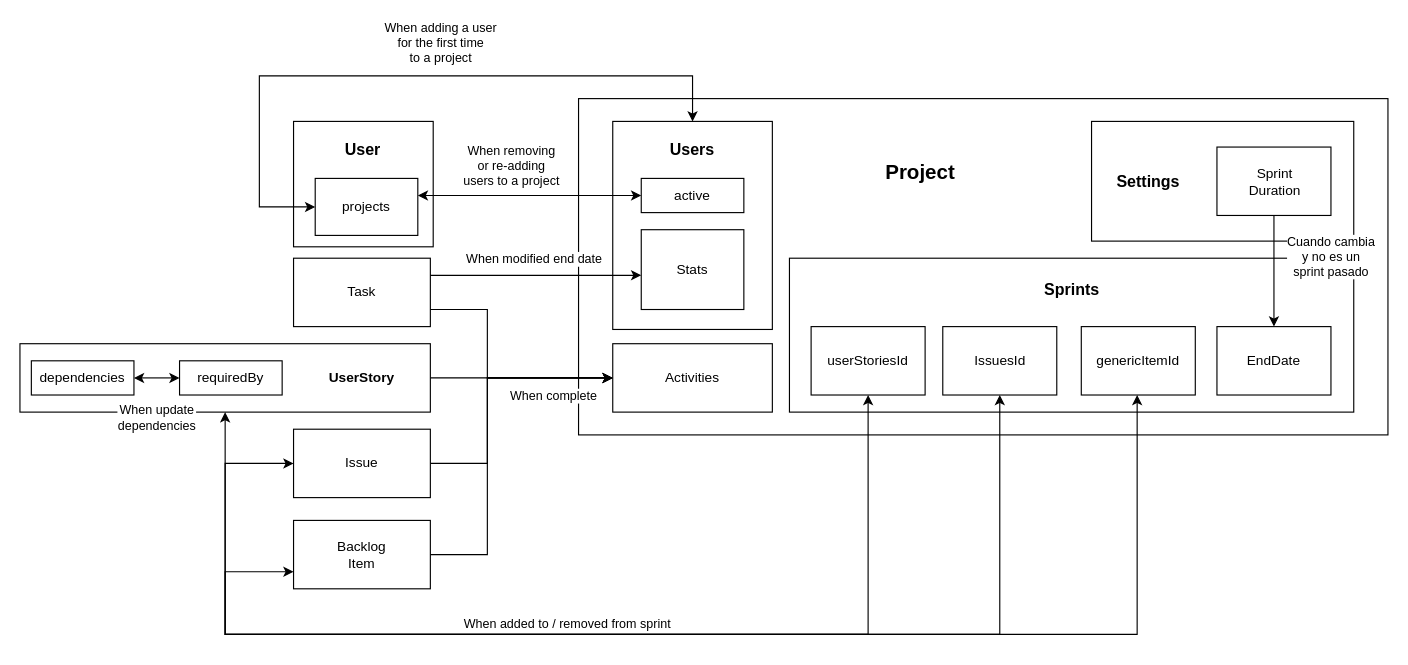
This is firebase_dependencies.drawio from Apantli/Tenor, a draw.io file, before an edit. Source tidied: cells renumbered, new cells numbered last; positions are measured from the earlier drawing's top-left corner, leaving out a move shared by most shapes. Both pictures are drawn from the tidied source at 114%, with x=0, y=0 at pixel (19, 75).
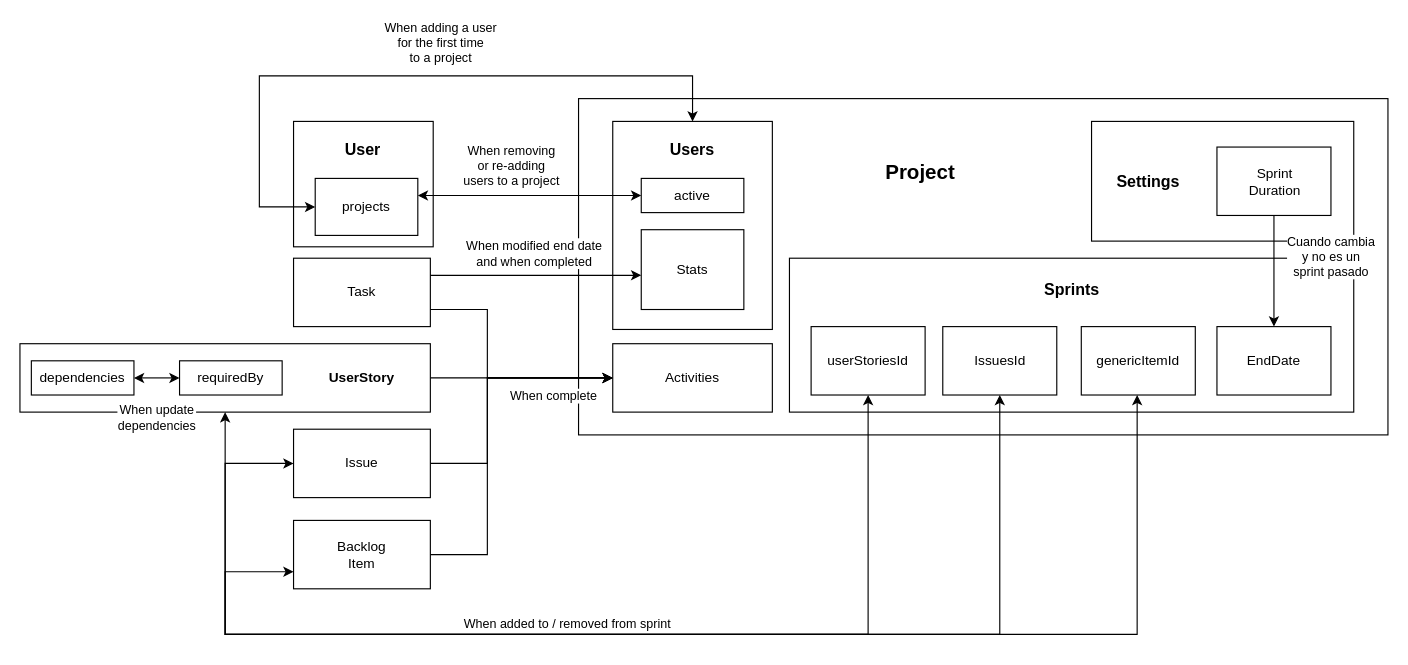
Above is the later version.

The change refers to these unchanged cells:
```xml
<mxCell id="42" style="edgeStyle=orthogonalEdgeStyle;rounded=0;jettySize=auto;html=1;exitX=1;exitY=0.25;exitDx=0;exitDy=0;" parent="1" edge="1" source="2" target="40">
  <mxGeometry relative="1" as="geometry">
    <Array as="points">
      <mxPoint x="460" y="175" />
      <mxPoint x="460" y="175" />
    </Array>
  </mxGeometry>
</mxCell>
```

Diff of the diagram source:
```diff
@@
-    <mxCell id="43" value="When modified end date" style="edgeLabel;html=1;align=center;verticalAlign=middle;" parent="42" vertex="1">
+    <mxCell id="43" value="When modified end date&lt;div&gt;and when completed&lt;/div&gt;" style="edgeLabel;html=1;align=center;verticalAlign=middle;" parent="42" vertex="1">
       <mxGeometry x="-0.05" y="2" relative="1" as="geometry">
-        <mxPoint x="2" y="-13" as="offset" />
+        <mxPoint x="2" y="-18" as="offset" />
       </mxGeometry>
     </mxCell>
```
